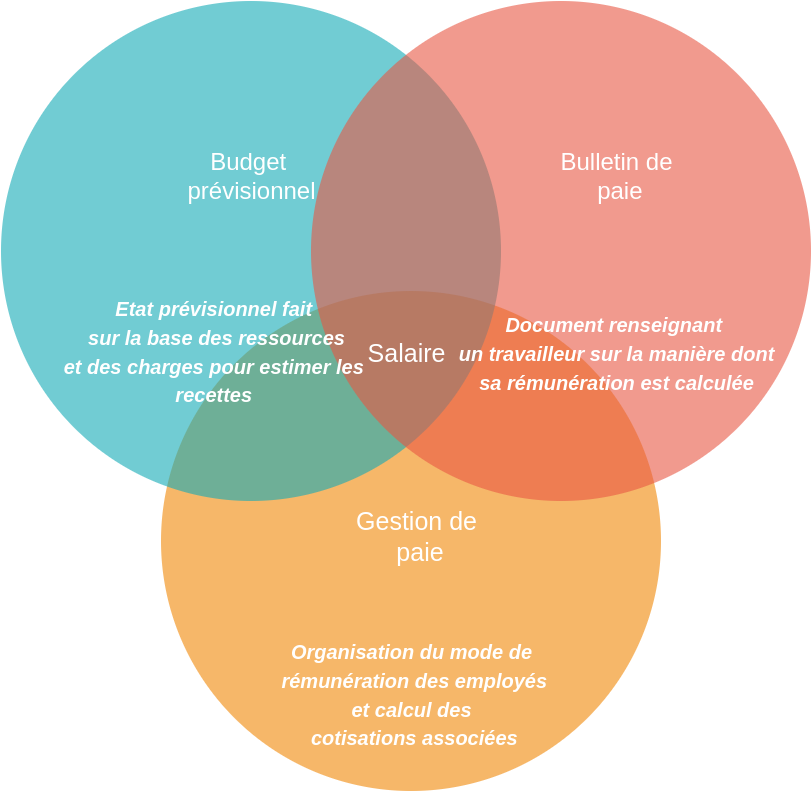
Above: resources/diagrams/venn_concepts.drawio.png in Pericles001/oprs_payroll_system (draw.io), before the change. Source tidied: cells renumbered, new cells last; positions are measured from the earlier drawing's top-left corner, leaving out a move shared by most shapes.
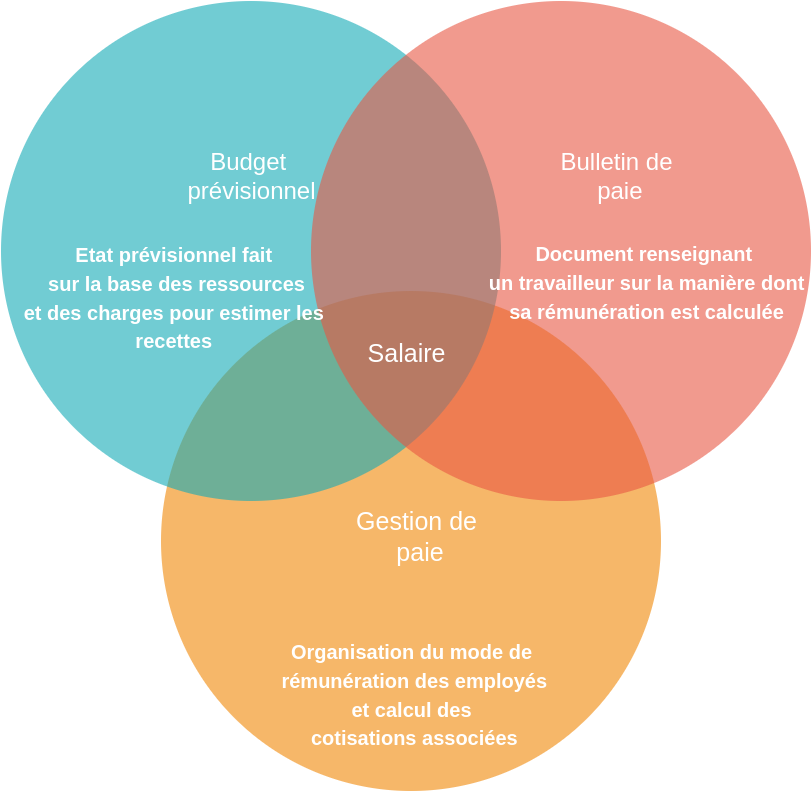
The same diagram one commit later.

Diff of the diagram source:
```diff
@@ -23,14 +23,14 @@
     <mxCell id="8" value="&lt;font style=&quot;font-size: 25px&quot;&gt;Salaire&lt;/font&gt;" style="text;align=center;html=1;fontColor=#FFFFFF;fontSize=16;" parent="1" vertex="1">
       <mxGeometry x="385" y="330.5" width="40" height="40" as="geometry" />
     </mxCell>
-    <mxCell id="9" value="&lt;font style=&quot;font-size: 20px&quot;&gt;&lt;b&gt;&lt;i&gt;Organisation du mode de&lt;br&gt;&amp;nbsp;rémunération des employés&lt;br&gt;et&amp;nbsp;calcul des&lt;br&gt;&amp;nbsp;cotisations associées&lt;/i&gt;&lt;/b&gt;&lt;br&gt;&lt;/font&gt;" style="text;fontSize=24;align=center;verticalAlign=middle;html=1;fontColor=#FFFFFF;" parent="1" vertex="1">
+    <mxCell id="9" value="&lt;font style=&quot;font-size: 20px&quot;&gt;&lt;b&gt;Organisation du mode de&lt;br&gt;&amp;nbsp;rémunération des employés&lt;br&gt;et&amp;nbsp;calcul des&lt;br&gt;&amp;nbsp;cotisations associées&lt;/b&gt;&lt;br&gt;&lt;/font&gt;" style="text;fontSize=24;align=center;verticalAlign=middle;html=1;fontColor=#FFFFFF;" parent="1" vertex="1">
       <mxGeometry x="314.2" y="642" width="190.5" height="104" as="geometry" />
     </mxCell>
-    <mxCell id="10" value="&lt;span style=&quot;font-size: 20px&quot;&gt;&lt;b&gt;&lt;i&gt;Etat prévisionnel fait&amp;nbsp;&lt;br&gt;sur la base des ressources&lt;br&gt;et des charges pour estimer les&amp;nbsp;&lt;br&gt;recettes&amp;nbsp;&lt;/i&gt;&lt;/b&gt;&lt;br&gt;&lt;/span&gt;" style="text;fontSize=24;align=center;verticalAlign=middle;html=1;fontColor=#FFFFFF;" parent="1" vertex="1">
-      <mxGeometry x="119.5" y="315.5" width="190" height="70" as="geometry" />
+    <mxCell id="10" value="&lt;span style=&quot;font-size: 20px&quot;&gt;&lt;b&gt;Etat prévisionnel fait&amp;nbsp;&lt;br&gt;sur la base des ressources&lt;br&gt;et des charges pour estimer les&amp;nbsp;&lt;br&gt;recettes&amp;nbsp;&lt;/b&gt;&lt;br&gt;&lt;/span&gt;" style="text;fontSize=24;align=center;verticalAlign=middle;html=1;fontColor=#FFFFFF;" parent="1" vertex="1">
+      <mxGeometry x="80" y="262" width="190" height="70" as="geometry" />
     </mxCell>
-    <mxCell id="11" value="&lt;font style=&quot;font-size: 20px&quot;&gt;&lt;b&gt;&lt;i&gt;Document renseignant &lt;br&gt;un travailleur sur la manière dont&lt;br&gt;sa rémunération est calculée&lt;br&gt;&lt;/i&gt;&lt;/b&gt;&lt;br&gt;&lt;/font&gt;" style="text;fontSize=24;align=center;verticalAlign=middle;html=1;fontColor=#FFFFFF;" parent="1" vertex="1">
-      <mxGeometry x="519.5" y="332" width="190" height="70" as="geometry" />
+    <mxCell id="11" value="&lt;font style=&quot;font-size: 20px&quot;&gt;&lt;b&gt;Document renseignant &lt;br&gt;un travailleur sur la manière dont&lt;br&gt;sa rémunération est calculée&lt;br&gt;&lt;/b&gt;&lt;br&gt;&lt;/font&gt;" style="text;fontSize=24;align=center;verticalAlign=middle;html=1;fontColor=#FFFFFF;" parent="1" vertex="1">
+      <mxGeometry x="550" y="260.5" width="190" height="70" as="geometry" />
     </mxCell>
   </root>
 </mxGraphModel>
```
